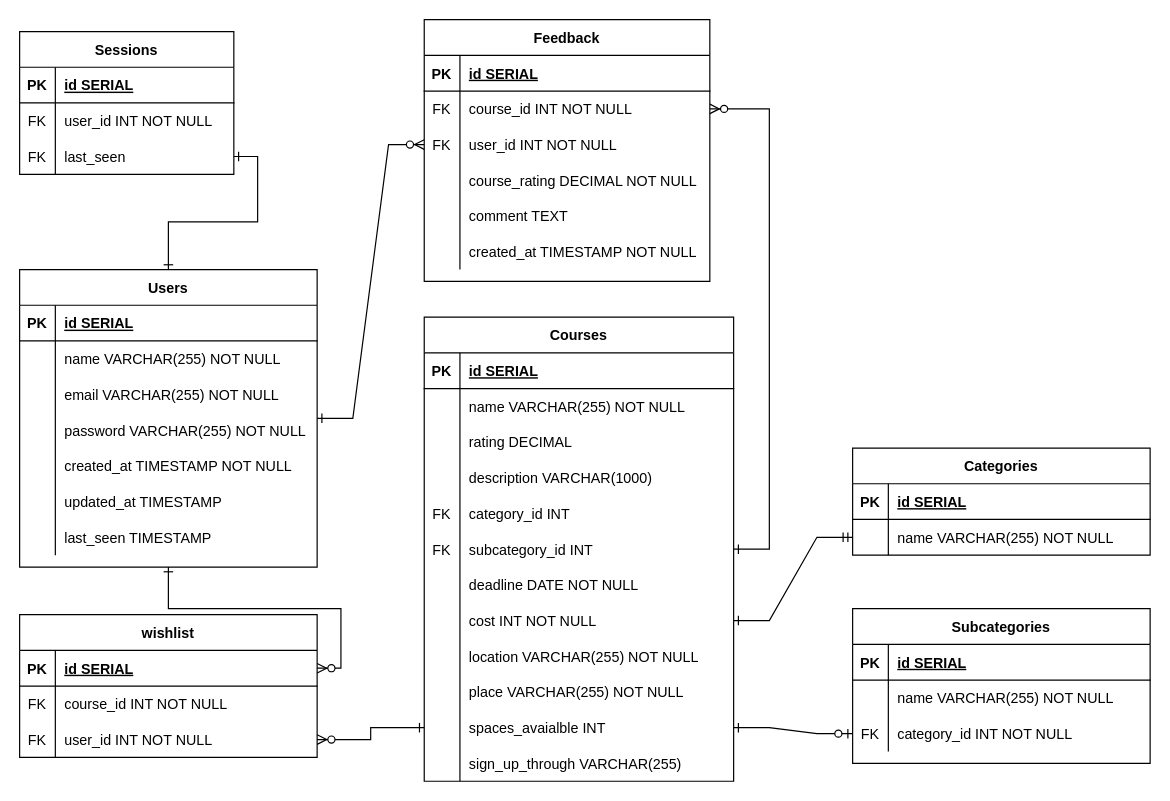
Before: bootcamp.drawio in yulin-physics/bnta, a draw.io diagram. Source tidied: cells renumbered, new cells numbered last; positions are measured from the earlier drawing's top-left corner, leaving out a move shared by most shapes. Both pictures are drawn from the tidied source at 119%, with x=0, y=0 at pixel (19, 19).
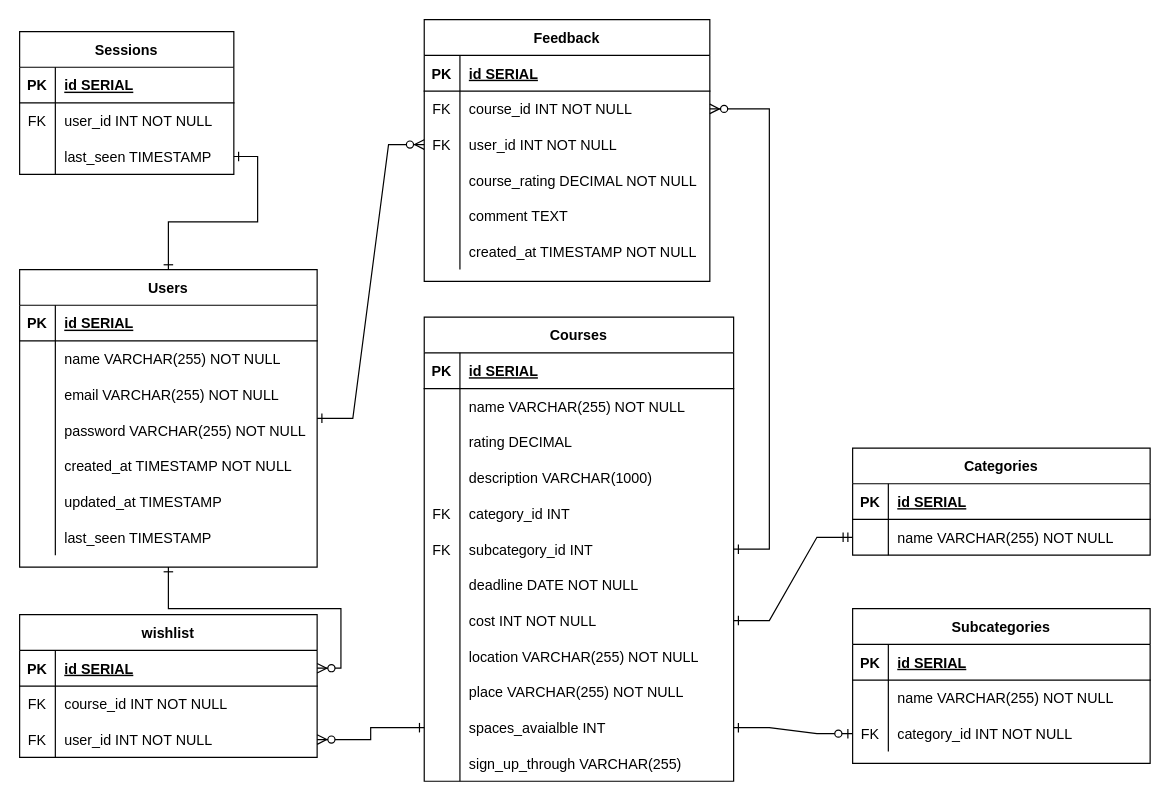
Above is the later version.

The change refers to these unchanged cells:
```xml
<mxCell id="99" style="shape=partialRectangle;fillColor=none;top=0;left=0;bottom=0;right=0;points=[[0,0.5],[1,0.5]];portConstraint=eastwest;" parent="92" vertex="1">
  <mxGeometry y="90" width="180" height="30" as="geometry" />
</mxCell>
```

The edit, as a diff of the source:
```diff
@@
-    <mxCell id="100" value="FK" style="shape=partialRectangle;fillColor=none;top=0;left=0;bottom=0;right=0;overflow=hidden;" parent="99" vertex="1">
+    <mxCell id="100" style="shape=partialRectangle;fillColor=none;top=0;left=0;bottom=0;right=0;overflow=hidden;" parent="99" vertex="1">
       <mxGeometry width="30" height="30" as="geometry" />
     </mxCell>
-    <mxCell id="101" value="last_seen " style="shape=partialRectangle;fillColor=none;top=0;left=0;bottom=0;right=0;align=left;spacingLeft=6;overflow=hidden;" parent="99" vertex="1">
+    <mxCell id="101" value="last_seen TIMESTAMP" style="shape=partialRectangle;fillColor=none;top=0;left=0;bottom=0;right=0;align=left;spacingLeft=6;overflow=hidden;" parent="99" vertex="1">
       <mxGeometry x="30" width="150" height="30" as="geometry" />
     </mxCell>
```
